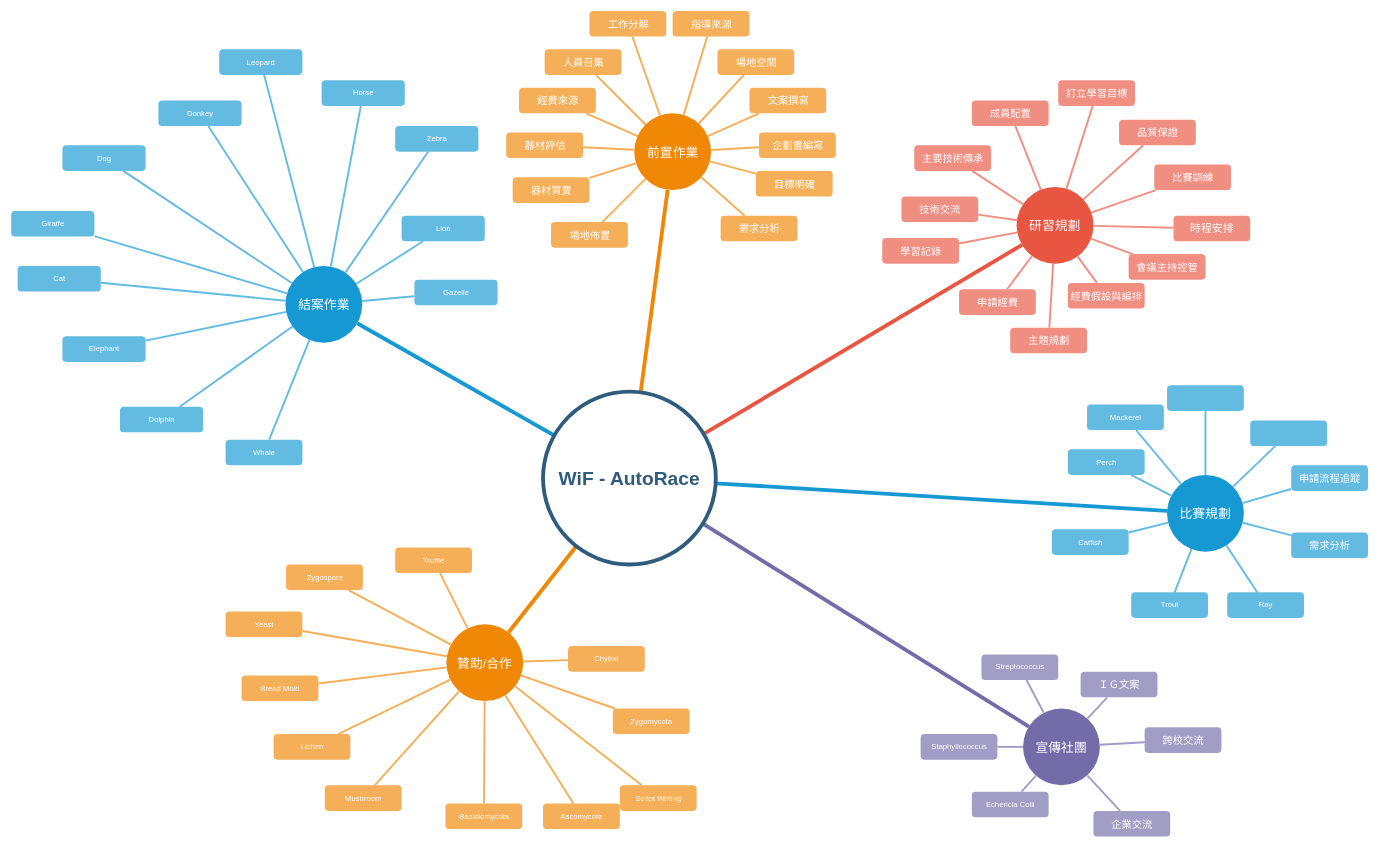
The draw.io diagram Untitled Diagram.drawio in WiFAutoRace/First-record, before the edit. Source tidied: cells renumbered, new cells numbered last; positions are measured from the earlier drawing's top-left corner, leaving out a move shared by most shapes. Both pictures are drawn from the tidied source at 64%, with x=0, y=0 at pixel (11, 11).
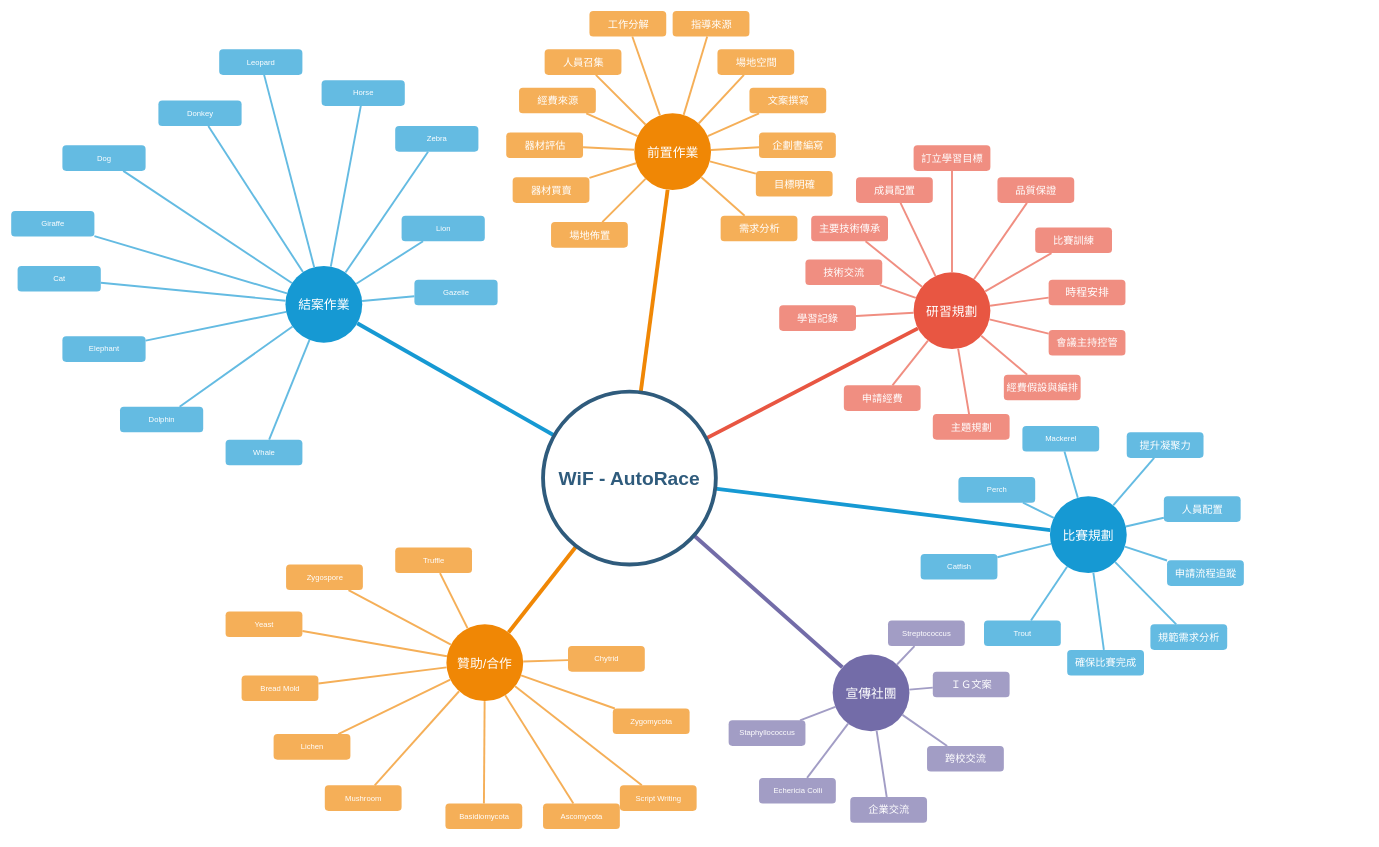
Above is the later version.

What changed in the source:
```diff
@@
     <mxCell id="4" value="研習規劃" style="ellipse;whiteSpace=wrap;html=1;shadow=0;fontFamily=Helvetica;fontSize=20;fontColor=#FFFFFF;align=center;strokeWidth=3;fillColor=#E85642;strokeColor=none;" parent="1" vertex="1">
-      <mxGeometry x="1571" y="274.5" width="120" height="120" as="geometry" />
+      <mxGeometry x="1410" y="408" width="120" height="120" as="geometry" />
     </mxCell>
     <mxCell id="5" value="比賽規劃" style="ellipse;whiteSpace=wrap;html=1;shadow=0;fontFamily=Helvetica;fontSize=20;fontColor=#FFFFFF;align=center;strokeWidth=3;fillColor=#1699D3;strokeColor=none;" parent="1" vertex="1">
-      <mxGeometry x="1806" y="724.5" width="120" height="120" as="geometry" />
+      <mxGeometry x="1623" y="758" width="120" height="120" as="geometry" />
     </mxCell>
     <mxCell id="6" value="宣傳社團" style="ellipse;whiteSpace=wrap;html=1;shadow=0;fontFamily=Helvetica;fontSize=20;fontColor=#FFFFFF;align=center;strokeWidth=3;fillColor=#736ca8;strokeColor=none;" parent="1" vertex="1">
-      <mxGeometry x="1581" y="1089.5" width="120" height="120" as="geometry" />
+      <mxGeometry x="1283.5" y="1005" width="120" height="120" as="geometry" />
     </mxCell>
@@
     <mxCell id="60" value="&lt;font style=&quot;font-size: 16px;&quot;&gt;申請經費&lt;/font&gt;" style="rounded=1;fillColor=#f08e81;strokeColor=none;strokeWidth=3;shadow=0;html=1;fontColor=#FFFFFF;" parent="1" vertex="1">
-      <mxGeometry x="1481" y="434.5" width="120" height="40" as="geometry" />
+      <mxGeometry x="1301" y="584.5" width="120" height="40" as="geometry" />
     </mxCell>
     <mxCell id="61" value="&lt;font style=&quot;font-size: 17px;&quot;&gt;時程安排&lt;/font&gt;" style="rounded=1;fillColor=#f08e81;strokeColor=none;strokeWidth=3;shadow=0;html=1;fontColor=#FFFFFF;" parent="1" vertex="1">
-      <mxGeometry x="1816" y="319.5" width="120" height="40" as="geometry" />
+      <mxGeometry x="1621" y="419.5" width="120" height="40" as="geometry" />
     </mxCell>
     <mxCell id="62" value="&lt;font style=&quot;font-size: 16px;&quot;&gt;學習記錄&lt;/font&gt;" style="rounded=1;fillColor=#f08e81;strokeColor=none;strokeWidth=3;shadow=0;html=1;fontColor=#FFFFFF;" parent="1" vertex="1">
-      <mxGeometry x="1361" y="354.5" width="120" height="40" as="geometry" />
+      <mxGeometry x="1200" y="459.5" width="120" height="40" as="geometry" />
     </mxCell>
     <mxCell id="63" value="&lt;font style=&quot;font-size: 16px;&quot;&gt;技術交流&lt;/font&gt;" style="rounded=1;fillColor=#f08e81;strokeColor=none;strokeWidth=3;shadow=0;html=1;fontColor=#FFFFFF;" parent="1" vertex="1">
-      <mxGeometry x="1391" y="289.5" width="120" height="40" as="geometry" />
+      <mxGeometry x="1241" y="388" width="120" height="40" as="geometry" />
     </mxCell>
     <mxCell id="64" value="&lt;font style=&quot;font-size: 16px;&quot;&gt;主要技術傳承&lt;/font&gt;" style="rounded=1;fillColor=#f08e81;strokeColor=none;strokeWidth=3;shadow=0;html=1;fontColor=#FFFFFF;" parent="1" vertex="1">
-      <mxGeometry x="1411" y="209.5" width="120" height="40" as="geometry" />
+      <mxGeometry x="1250" y="319.5" width="120" height="40" as="geometry" />
     </mxCell>
     <mxCell id="65" value="&lt;font style=&quot;font-size: 16px;&quot;&gt;成員配置&lt;/font&gt;" style="rounded=1;fillColor=#f08e81;strokeColor=none;strokeWidth=3;shadow=0;html=1;fontColor=#FFFFFF;" parent="1" vertex="1">
-      <mxGeometry x="1501" y="139.5" width="120" height="40" as="geometry" />
+      <mxGeometry x="1320" y="259.5" width="120" height="40" as="geometry" />
     </mxCell>
     <mxCell id="66" value="&lt;font style=&quot;font-size: 16px;&quot;&gt;訂立學習目標&lt;/font&gt;" style="rounded=1;fillColor=#f08e81;strokeColor=none;strokeWidth=3;shadow=0;html=1;fontColor=#FFFFFF;" parent="1" vertex="1">
-      <mxGeometry x="1636" y="108" width="120" height="40" as="geometry" />
+      <mxGeometry x="1410" y="209.5" width="120" height="40" as="geometry" />
     </mxCell>
     <mxCell id="67" value="&lt;font style=&quot;font-size: 16px;&quot;&gt;品質保證&lt;/font&gt;" style="rounded=1;fillColor=#f08e81;strokeColor=none;strokeWidth=3;shadow=0;html=1;fontColor=#FFFFFF;" parent="1" vertex="1">
-      <mxGeometry x="1731" y="169.5" width="120" height="40" as="geometry" />
+      <mxGeometry x="1541" y="259.5" width="120" height="40" as="geometry" />
     </mxCell>
     <mxCell id="68" value="&lt;font style=&quot;font-size: 16px;&quot;&gt;比賽訓練&lt;/font&gt;" style="rounded=1;fillColor=#f08e81;strokeColor=none;strokeWidth=3;shadow=0;html=1;fontColor=#FFFFFF;" parent="1" vertex="1">
-      <mxGeometry x="1786" y="239.5" width="120" height="40" as="geometry" />
+      <mxGeometry x="1600" y="338" width="120" height="40" as="geometry" />
     </mxCell>
     <mxCell id="69" value="&lt;font style=&quot;font-size: 16px;&quot;&gt;主題規劃&lt;/font&gt;" style="rounded=1;fillColor=#f08e81;strokeColor=none;strokeWidth=3;shadow=0;html=1;fontColor=#FFFFFF;" parent="1" vertex="1">
-      <mxGeometry x="1561" y="494.5" width="120" height="40" as="geometry" />
+      <mxGeometry x="1440" y="629.5" width="120" height="40" as="geometry" />
     </mxCell>
     <mxCell id="70" value="&lt;font style=&quot;font-size: 16px;&quot;&gt;經費假設與編排&lt;/font&gt;" style="rounded=1;fillColor=#f08e81;strokeColor=none;strokeWidth=3;shadow=0;html=1;fontColor=#FFFFFF;" parent="1" vertex="1">
-      <mxGeometry x="1651" y="424.5" width="120" height="40" as="geometry" />
+      <mxGeometry x="1551" y="568" width="120" height="40" as="geometry" />
     </mxCell>
     <mxCell id="71" value="&lt;font style=&quot;font-size: 16px;&quot;&gt;會議主持控管&lt;/font&gt;" style="rounded=1;fillColor=#f08e81;strokeColor=none;strokeWidth=3;shadow=0;html=1;fontColor=#FFFFFF;" parent="1" vertex="1">
-      <mxGeometry x="1746" y="379.5" width="120" height="40" as="geometry" />
+      <mxGeometry x="1621" y="498" width="120" height="40" as="geometry" />
     </mxCell>
@@
     <mxCell id="84" value="Perch" style="rounded=1;fillColor=#64BBE2;strokeColor=none;strokeWidth=3;shadow=0;html=1;fontColor=#FFFFFF;" parent="1" vertex="1">
-      <mxGeometry x="1651" y="684.5" width="120" height="40" as="geometry" />
+      <mxGeometry x="1480" y="728" width="120" height="40" as="geometry" />
     </mxCell>
     <mxCell id="85" value="Mackerel" style="rounded=1;fillColor=#64BBE2;strokeColor=none;strokeWidth=3;shadow=0;html=1;fontColor=#FFFFFF;" parent="1" vertex="1">
-      <mxGeometry x="1681" y="614.5" width="120" height="40" as="geometry" />
+      <mxGeometry x="1580" y="648" width="120" height="40" as="geometry" />
     </mxCell>
-    <mxCell id="86" style="rounded=1;fillColor=#64BBE2;strokeColor=none;strokeWidth=3;shadow=0;html=1;fontColor=#FFFFFF;" parent="1" vertex="1">
-      <mxGeometry x="1806" y="584.5" width="120" height="40" as="geometry" />
+    <mxCell id="86" value="&lt;font style=&quot;font-size: 16px;&quot;&gt;提升凝聚力&lt;/font&gt;" style="rounded=1;fillColor=#64BBE2;strokeColor=none;strokeWidth=3;shadow=0;html=1;fontColor=#FFFFFF;" parent="1" vertex="1">
+      <mxGeometry x="1743" y="658" width="120" height="40" as="geometry" />
     </mxCell>
-    <mxCell id="87" style="rounded=1;fillColor=#64BBE2;strokeColor=none;strokeWidth=3;shadow=0;html=1;fontColor=#FFFFFF;" parent="1" vertex="1">
-      <mxGeometry x="1936" y="639.5" width="120" height="40" as="geometry" />
+    <mxCell id="87" value="&lt;font style=&quot;font-size: 16px;&quot;&gt;人員配置&lt;/font&gt;" style="rounded=1;fillColor=#64BBE2;strokeColor=none;strokeWidth=3;shadow=0;html=1;fontColor=#FFFFFF;" parent="1" vertex="1">
+      <mxGeometry x="1801" y="758" width="120" height="40" as="geometry" />
     </mxCell>
@@
     <mxCell id="89" value="&lt;font size=&quot;3&quot;&gt;申請流程追蹤&lt;/font&gt;" style="rounded=1;fillColor=#64BBE2;strokeColor=none;strokeWidth=3;shadow=0;html=1;fontColor=#FFFFFF;" parent="1" vertex="1">
-      <mxGeometry x="2000" y="709.5" width="120" height="40" as="geometry" />
+      <mxGeometry x="1806" y="858" width="120" height="40" as="geometry" />
     </mxCell>
-    <mxCell id="90" value="&lt;font style=&quot;font-size: 16px;&quot;&gt;需求分析&lt;/font&gt;" style="rounded=1;fillColor=#64BBE2;strokeColor=none;strokeWidth=3;shadow=0;html=1;fontColor=#FFFFFF;" parent="1" vertex="1">
-      <mxGeometry x="2000" y="814.5" width="120" height="40" as="geometry" />
+    <mxCell id="90" value="&lt;font size=&quot;3&quot;&gt;規範需求分析&lt;/font&gt;" style="rounded=1;fillColor=#64BBE2;strokeColor=none;strokeWidth=3;shadow=0;html=1;fontColor=#FFFFFF;" parent="1" vertex="1">
+      <mxGeometry x="1780" y="958" width="120" height="40" as="geometry" />
     </mxCell>
-    <mxCell id="91" value="Ray" style="rounded=1;fillColor=#64BBE2;strokeColor=none;strokeWidth=3;shadow=0;html=1;fontColor=#FFFFFF;" parent="1" vertex="1">
-      <mxGeometry x="1900" y="908" width="120" height="40" as="geometry" />
+    <mxCell id="91" value="&lt;font style=&quot;font-size: 16px;&quot;&gt;確保比賽完成&lt;/font&gt;" style="rounded=1;fillColor=#64BBE2;strokeColor=none;strokeWidth=3;shadow=0;html=1;fontColor=#FFFFFF;" parent="1" vertex="1">
+      <mxGeometry x="1650" y="998" width="120" height="40" as="geometry" />
     </mxCell>
     <mxCell id="92" value="Trout" style="rounded=1;fillColor=#64BBE2;strokeColor=none;strokeWidth=3;shadow=0;html=1;fontColor=#FFFFFF;" parent="1" vertex="1">
-      <mxGeometry x="1750" y="908" width="120" height="40" as="geometry" />
+      <mxGeometry x="1520" y="952" width="120" height="40" as="geometry" />
     </mxCell>
     <mxCell id="93" value="Catfish" style="rounded=1;fillColor=#64BBE2;strokeColor=none;strokeWidth=3;shadow=0;html=1;fontColor=#FFFFFF;" parent="1" vertex="1">
-      <mxGeometry x="1626" y="809.5" width="120" height="40" as="geometry" />
+      <mxGeometry x="1421" y="848" width="120" height="40" as="geometry" />
     </mxCell>
@@
     <mxCell id="103" value="Streptococcus" style="rounded=1;fillColor=#a29dc5;strokeColor=none;strokeWidth=3;shadow=0;html=1;fontColor=#FFFFFF;" parent="1" vertex="1">
-      <mxGeometry x="1516" y="1005" width="120" height="40" as="geometry" />
+      <mxGeometry x="1370" y="952" width="120" height="40" as="geometry" />
     </mxCell>
     <mxCell id="104" value="Echericia Colli" style="rounded=1;fillColor=#a29dc5;strokeColor=none;strokeWidth=3;shadow=0;html=1;fontColor=#FFFFFF;" parent="1" vertex="1">
-      <mxGeometry x="1501" y="1219.5" width="120" height="40" as="geometry" />
+      <mxGeometry x="1168.5" y="1198" width="120" height="40" as="geometry" />
     </mxCell>
     <mxCell id="105" value="&lt;font style=&quot;font-size: 16px;&quot;&gt;ＩＧ文案&lt;/font&gt;" style="rounded=1;fillColor=#a29dc5;strokeColor=none;strokeWidth=3;shadow=0;html=1;fontColor=#FFFFFF;" parent="1" vertex="1">
-      <mxGeometry x="1671" y="1032" width="120" height="40" as="geometry" />
+      <mxGeometry x="1440" y="1032" width="120" height="40" as="geometry" />
     </mxCell>
     <mxCell id="106" value="&lt;font style=&quot;font-size: 16px;&quot;&gt;跨校交流&lt;/font&gt;" style="rounded=1;fillColor=#a29dc5;strokeColor=none;strokeWidth=3;shadow=0;html=1;fontColor=#FFFFFF;" parent="1" vertex="1">
-      <mxGeometry x="1771" y="1119" width="120" height="40" as="geometry" />
+      <mxGeometry x="1431" y="1148" width="120" height="40" as="geometry" />
     </mxCell>
     <mxCell id="107" value="&lt;font style=&quot;font-size: 16px;&quot;&gt;企業交流&lt;/font&gt;" style="rounded=1;fillColor=#a29dc5;strokeColor=none;strokeWidth=3;shadow=0;html=1;fontColor=#FFFFFF;" parent="1" vertex="1">
-      <mxGeometry x="1691" y="1249.5" width="120" height="40" as="geometry" />
+      <mxGeometry x="1311" y="1228" width="120" height="40" as="geometry" />
     </mxCell>
     <mxCell id="108" value="Staphyllococcus" style="rounded=1;fillColor=#a29dc5;strokeColor=none;strokeWidth=3;shadow=0;html=1;fontColor=#FFFFFF;" parent="1" vertex="1">
-      <mxGeometry x="1421" y="1129.5" width="120" height="40" as="geometry" />
+      <mxGeometry x="1121" y="1108" width="120" height="40" as="geometry" />
     </mxCell>
```
